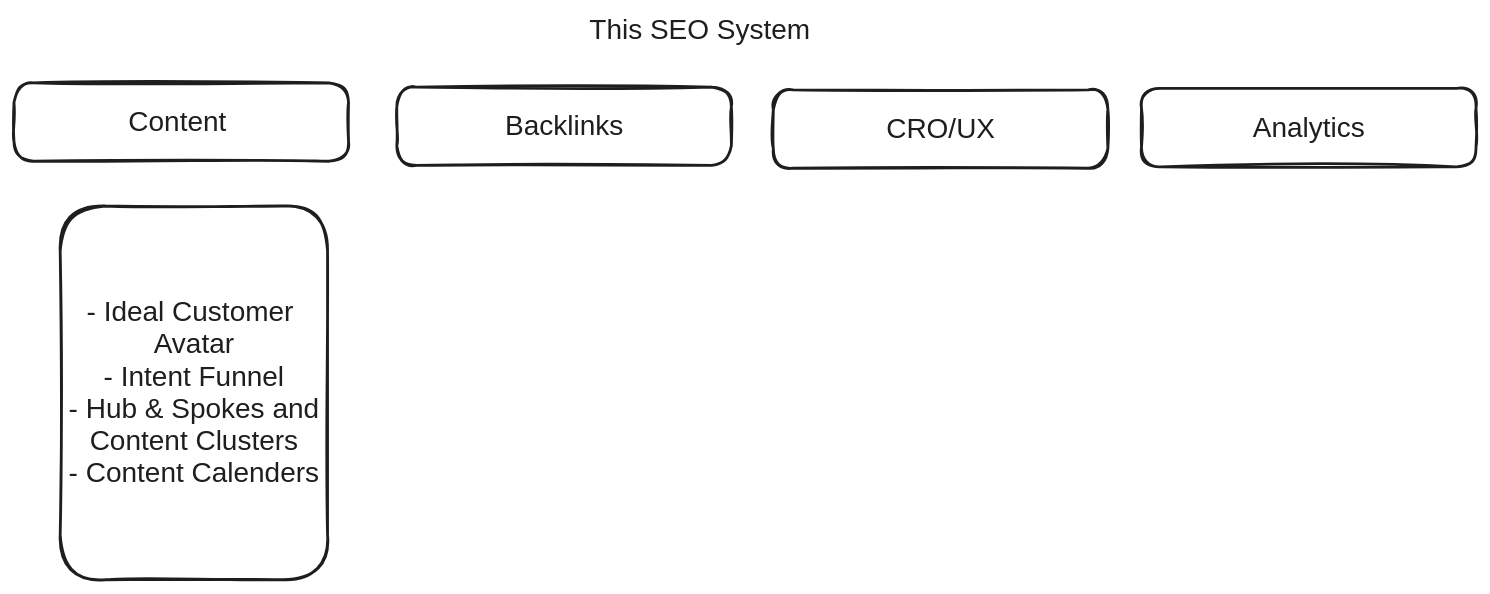
mshafat/noteshub keeps this Excalidraw diagram as QuickNotes/20240526 The SEO System.excalidraw.svg. Above is the earlier version. Source tidied: one line per element, renumbered; positions are measured from the earlier drawing's top-left corner, leaving out a move shared by most shapes.
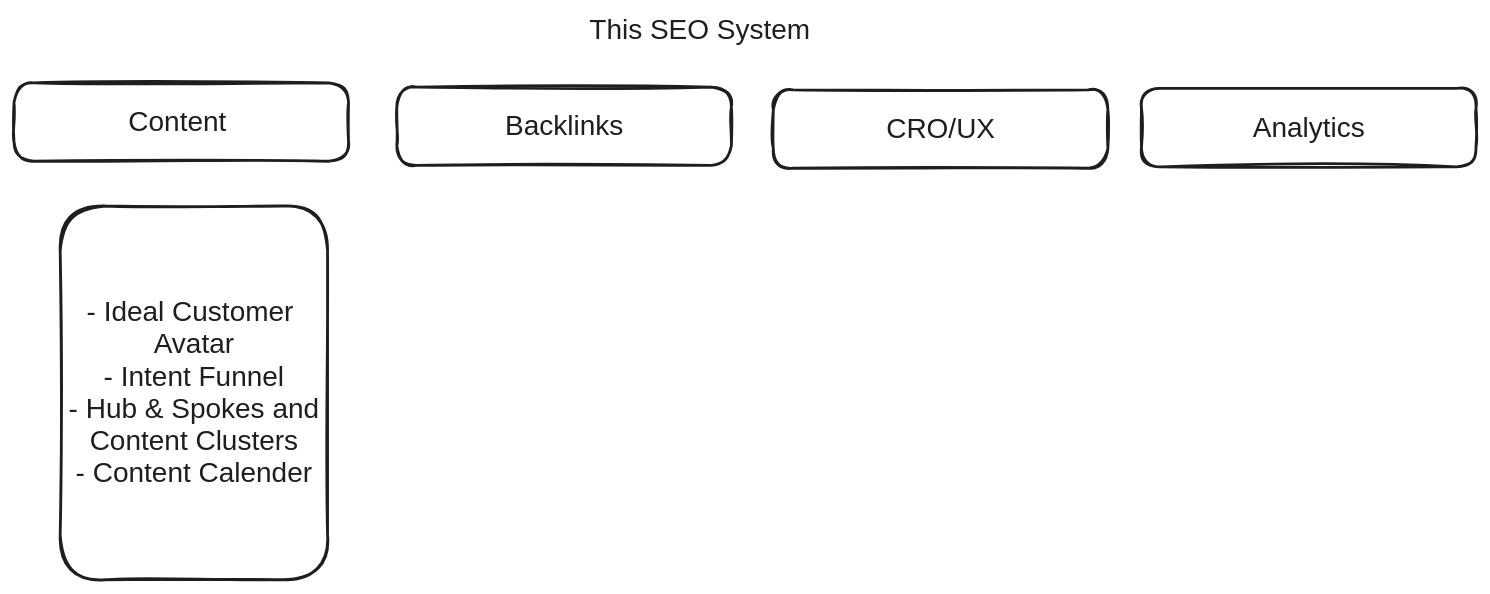
Above is the later version.

What changed in the source:
```diff
@@ -8,4 +8,4 @@
 {"id": 7, "type": "rectangle", "strokeColor": "#1e1e1e", "strokeWidth": 2, "roughness": 1, "round": true, "x": 806, "y": 53, "width": 239, "height": 56}
 {"id": 8, "type": "text", "text": "Analytics", "strokeColor": "#1e1e1e", "strokeWidth": 2, "roughness": 1, "fontSize": 20, "fontFamily": 2, "textAlign": "center", "verticalAlign": "middle", "inside": 7, "x": 885, "y": 70, "width": 80, "height": 23}
 {"id": 9, "type": "rectangle", "strokeColor": "#1e1e1e", "strokeWidth": 2, "roughness": 1, "round": true, "x": 33, "y": 137, "width": 191, "height": 267}
-{"id": 10, "type": "text", "text": "- Ideal Customer \nAvatar\n- Intent Funnel\n- Hub & Spokes and\nContent Clusters\n- Content Calenders", "strokeColor": "#1e1e1e", "strokeWidth": 2, "roughness": 1, "fontSize": 20, "fontFamily": 2, "textAlign": "center", "verticalAlign": "middle", "inside": 9, "x": 39, "y": 202, "width": 179, "height": 138}
+{"id": 10, "type": "text", "text": "- Ideal Customer \nAvatar\n- Intent Funnel\n- Hub & Spokes and\nContent Clusters\n- Content Calender", "strokeColor": "#1e1e1e", "strokeWidth": 2, "roughness": 1, "fontSize": 20, "fontFamily": 2, "textAlign": "center", "verticalAlign": "middle", "inside": 9, "x": 39, "y": 202, "width": 179, "height": 138}
```
